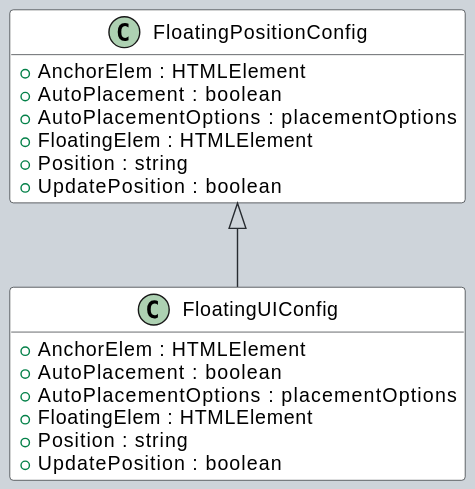
outsystems-ui-docs/outsystems-ui-docs.github.io keeps this PlantUML diagram as assets/FloatingPositionConfig-umlClassDiagram-9421.svg. Above is the earlier version.
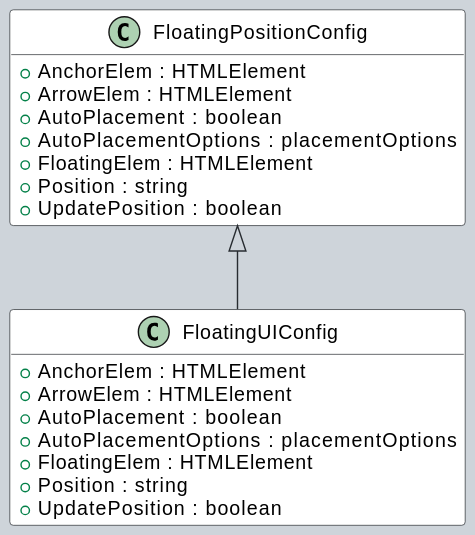
Above is the later version.

The edit, as a diff of the source:
```diff
@@ -7,6 +7,7 @@
 hide empty fields
 class "FloatingPositionConfig" {
     +AnchorElem : HTMLElement
+    +ArrowElem : HTMLElement
     +AutoPlacement : boolean
     +AutoPlacementOptions : placementOptions
     +FloatingElem : HTMLElement
@@ -15,6 +16,7 @@
 }
 class "FloatingUIConfig" {
     +AnchorElem : HTMLElement
+    +ArrowElem : HTMLElement
     +AutoPlacement : boolean
     +AutoPlacementOptions : placementOptions
     +FloatingElem : HTMLElement
```
